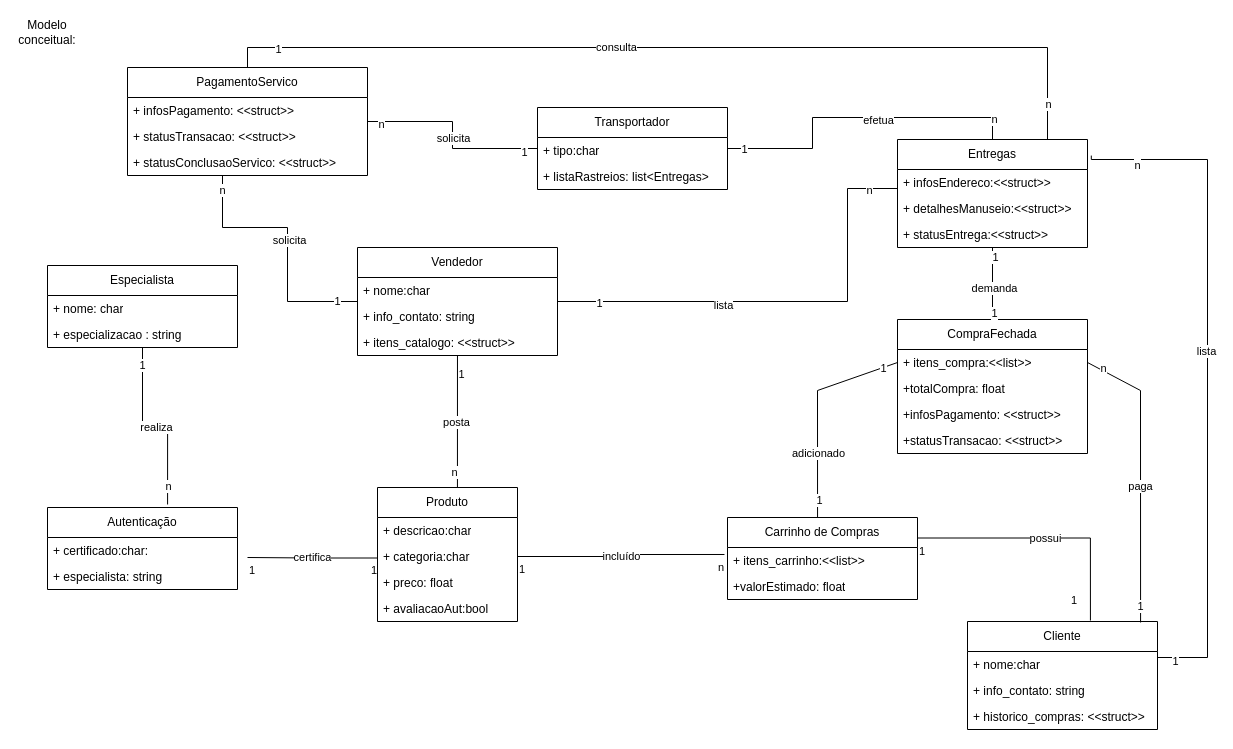
The draw.io diagram page "Diagramas de classes" (4 of 9) of DiagramasDeModelagem.drawio in luca-moraes/projetoCorintoModelagem, before the edit. Source tidied: cells renumbered, new cells numbered last; positions are measured from the earlier drawing's top-left corner, leaving out a move shared by most shapes. Both pictures are drawn from the tidied source at 100%, with x=0, y=0 at pixel (17, 17).
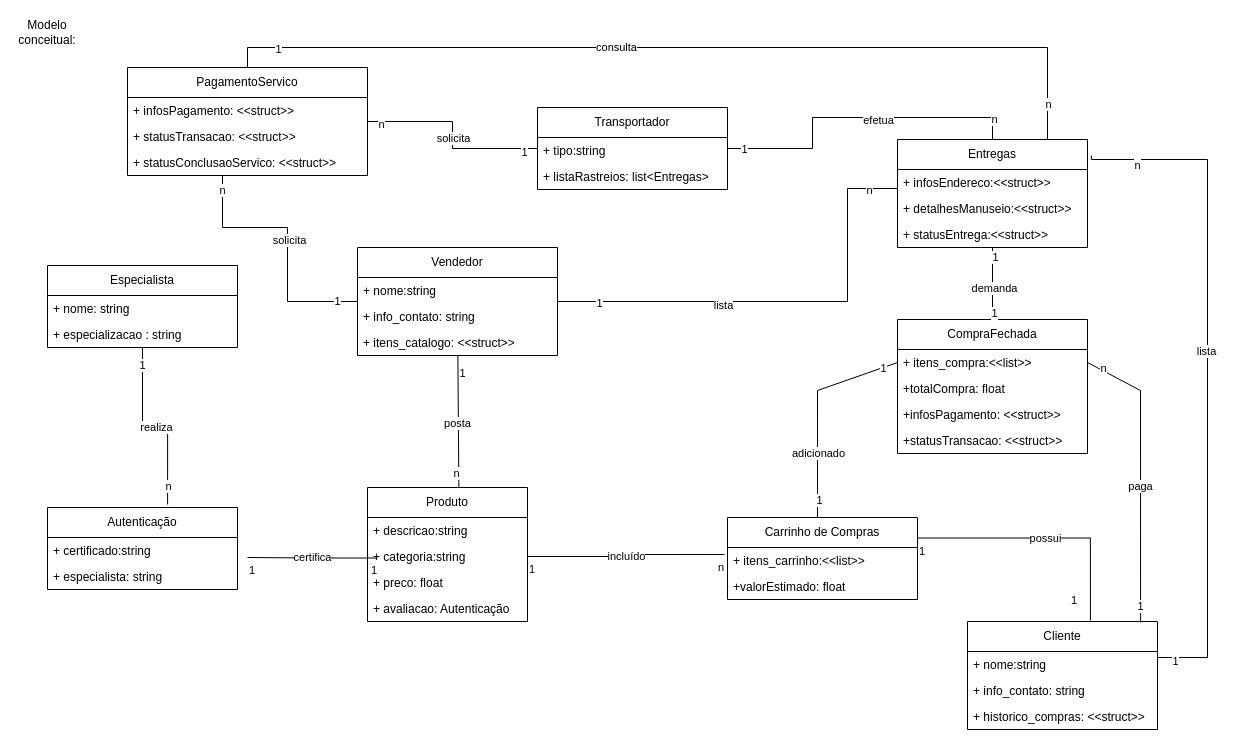
The same diagram, later.

The change refers to these unchanged cells:
```xml
<mxCell id="7" value="Cliente" style="swimlane;fontStyle=0;horizontal=1;startSize=30;fillColor=none;whiteSpace=wrap;html=1;" parent="1" vertex="1">
  <mxGeometry x="950" y="604" width="190" height="108" as="geometry" />
</mxCell>
<mxCell id="11" value="Vendedor" style="swimlane;fontStyle=0;horizontal=1;startSize=30;fillColor=none;whiteSpace=wrap;html=1;" parent="1" vertex="1">
  <mxGeometry x="340" y="230" width="200" height="108" as="geometry" />
</mxCell>
<mxCell id="15" value="Autenticação" style="swimlane;fontStyle=0;horizontal=1;startSize=30;fillColor=none;whiteSpace=wrap;html=1;" parent="1" vertex="1">
  <mxGeometry x="30" y="490" width="190" height="82" as="geometry" />
</mxCell>
<mxCell id="18" value="Transportador" style="swimlane;fontStyle=0;horizontal=1;startSize=30;fillColor=none;whiteSpace=wrap;html=1;" parent="1" vertex="1">
  <mxGeometry x="520" y="90" width="190" height="82" as="geometry" />
</mxCell>
<mxCell id="30" value="Especialista" style="swimlane;fontStyle=0;horizontal=1;startSize=30;fillColor=none;whiteSpace=wrap;html=1;" parent="1" vertex="1">
  <mxGeometry x="30" y="248" width="190" height="82" as="geometry" />
</mxCell>
```

Change to the diagram source:
```diff
@@
     <mxCell id="2" value="Produto" style="swimlane;fontStyle=0;horizontal=1;startSize=30;fillColor=none;whiteSpace=wrap;html=1;" parent="1" vertex="1">
-      <mxGeometry x="360" y="470" width="140" height="134" as="geometry" />
+      <mxGeometry x="350" y="470" width="160" height="134" as="geometry" />
     </mxCell>
-    <mxCell id="3" value="+ descricao:char" style="text;strokeColor=none;fillColor=none;align=left;verticalAlign=top;spacingLeft=4;spacingRight=4;overflow=hidden;whiteSpace=wrap;html=1;" parent="2" vertex="1">
-      <mxGeometry y="30" width="140" height="26" as="geometry" />
+    <mxCell id="3" value="+ descricao:string" style="text;strokeColor=none;fillColor=none;align=left;verticalAlign=top;spacingLeft=4;spacingRight=4;overflow=hidden;whiteSpace=wrap;html=1;" parent="2" vertex="1">
+      <mxGeometry y="30" width="160" height="26" as="geometry" />
     </mxCell>
-    <mxCell id="4" value="+ categoria:char&amp;nbsp;" style="text;strokeColor=none;fillColor=none;align=left;verticalAlign=top;spacingLeft=4;spacingRight=4;overflow=hidden;points=[[0,0.5],[1,0.5]];portConstraint=eastwest;whiteSpace=wrap;html=1;" parent="2" vertex="1">
-      <mxGeometry y="56" width="140" height="26" as="geometry" />
+    <mxCell id="4" value="+ categoria:string&amp;nbsp;" style="text;strokeColor=none;fillColor=none;align=left;verticalAlign=top;spacingLeft=4;spacingRight=4;overflow=hidden;points=[[0,0.5],[1,0.5]];portConstraint=eastwest;whiteSpace=wrap;html=1;" parent="2" vertex="1">
+      <mxGeometry y="56" width="160" height="26" as="geometry" />
     </mxCell>
     <mxCell id="5" value="+ preco: float" style="text;strokeColor=none;fillColor=none;align=left;verticalAlign=top;spacingLeft=4;spacingRight=4;overflow=hidden;whiteSpace=wrap;html=1;" parent="2" vertex="1">
-      <mxGeometry y="82" width="140" height="26" as="geometry" />
+      <mxGeometry y="82" width="160" height="26" as="geometry" />
     </mxCell>
-    <mxCell id="6" value="+ avaliacaoAut:bool" style="text;strokeColor=none;fillColor=none;align=left;verticalAlign=top;spacingLeft=4;spacingRight=4;overflow=hidden;whiteSpace=wrap;html=1;" parent="2" vertex="1">
-      <mxGeometry y="108" width="140" height="26" as="geometry" />
+    <mxCell id="6" value="+ avaliacao: Autenticação" style="text;strokeColor=none;fillColor=none;align=left;verticalAlign=top;spacingLeft=4;spacingRight=4;overflow=hidden;whiteSpace=wrap;html=1;" parent="2" vertex="1">
+      <mxGeometry y="108" width="160" height="26" as="geometry" />
     </mxCell>
@@
-    <mxCell id="8" value="+ nome:char" style="text;strokeColor=none;fillColor=none;align=left;verticalAlign=top;spacingLeft=4;spacingRight=4;overflow=hidden;whiteSpace=wrap;html=1;" parent="7" vertex="1">
+    <mxCell id="8" value="+ nome:string" style="text;strokeColor=none;fillColor=none;align=left;verticalAlign=top;spacingLeft=4;spacingRight=4;overflow=hidden;whiteSpace=wrap;html=1;" parent="7" vertex="1">
       <mxGeometry y="30" width="190" height="26" as="geometry" />
     </mxCell>
@@
-    <mxCell id="12" value="+ nome:char" style="text;strokeColor=none;fillColor=none;align=left;verticalAlign=top;spacingLeft=4;spacingRight=4;overflow=hidden;whiteSpace=wrap;html=1;" parent="11" vertex="1">
+    <mxCell id="12" value="+ nome:string" style="text;strokeColor=none;fillColor=none;align=left;verticalAlign=top;spacingLeft=4;spacingRight=4;overflow=hidden;whiteSpace=wrap;html=1;" parent="11" vertex="1">
       <mxGeometry y="30" width="200" height="26" as="geometry" />
     </mxCell>
@@
-    <mxCell id="16" value="+ certificado:char:" style="text;strokeColor=none;fillColor=none;align=left;verticalAlign=top;spacingLeft=4;spacingRight=4;overflow=hidden;whiteSpace=wrap;html=1;" parent="15" vertex="1">
+    <mxCell id="16" value="+ certificado:string" style="text;strokeColor=none;fillColor=none;align=left;verticalAlign=top;spacingLeft=4;spacingRight=4;overflow=hidden;whiteSpace=wrap;html=1;" parent="15" vertex="1">
       <mxGeometry y="30" width="190" height="26" as="geometry" />
     </mxCell>
@@
-    <mxCell id="19" value="+ tipo:char" style="text;strokeColor=none;fillColor=none;align=left;verticalAlign=top;spacingLeft=4;spacingRight=4;overflow=hidden;whiteSpace=wrap;html=1;" parent="18" vertex="1">
+    <mxCell id="19" value="+ tipo:string" style="text;strokeColor=none;fillColor=none;align=left;verticalAlign=top;spacingLeft=4;spacingRight=4;overflow=hidden;whiteSpace=wrap;html=1;" parent="18" vertex="1">
       <mxGeometry y="30" width="190" height="26" as="geometry" />
     </mxCell>
@@
-    <mxCell id="31" value="+ nome: char" style="text;strokeColor=none;fillColor=none;align=left;verticalAlign=top;spacingLeft=4;spacingRight=4;overflow=hidden;whiteSpace=wrap;html=1;" parent="30" vertex="1">
+    <mxCell id="31" value="+ nome: string" style="text;strokeColor=none;fillColor=none;align=left;verticalAlign=top;spacingLeft=4;spacingRight=4;overflow=hidden;whiteSpace=wrap;html=1;" parent="30" vertex="1">
       <mxGeometry y="30" width="190" height="26" as="geometry" />
     </mxCell>
```
